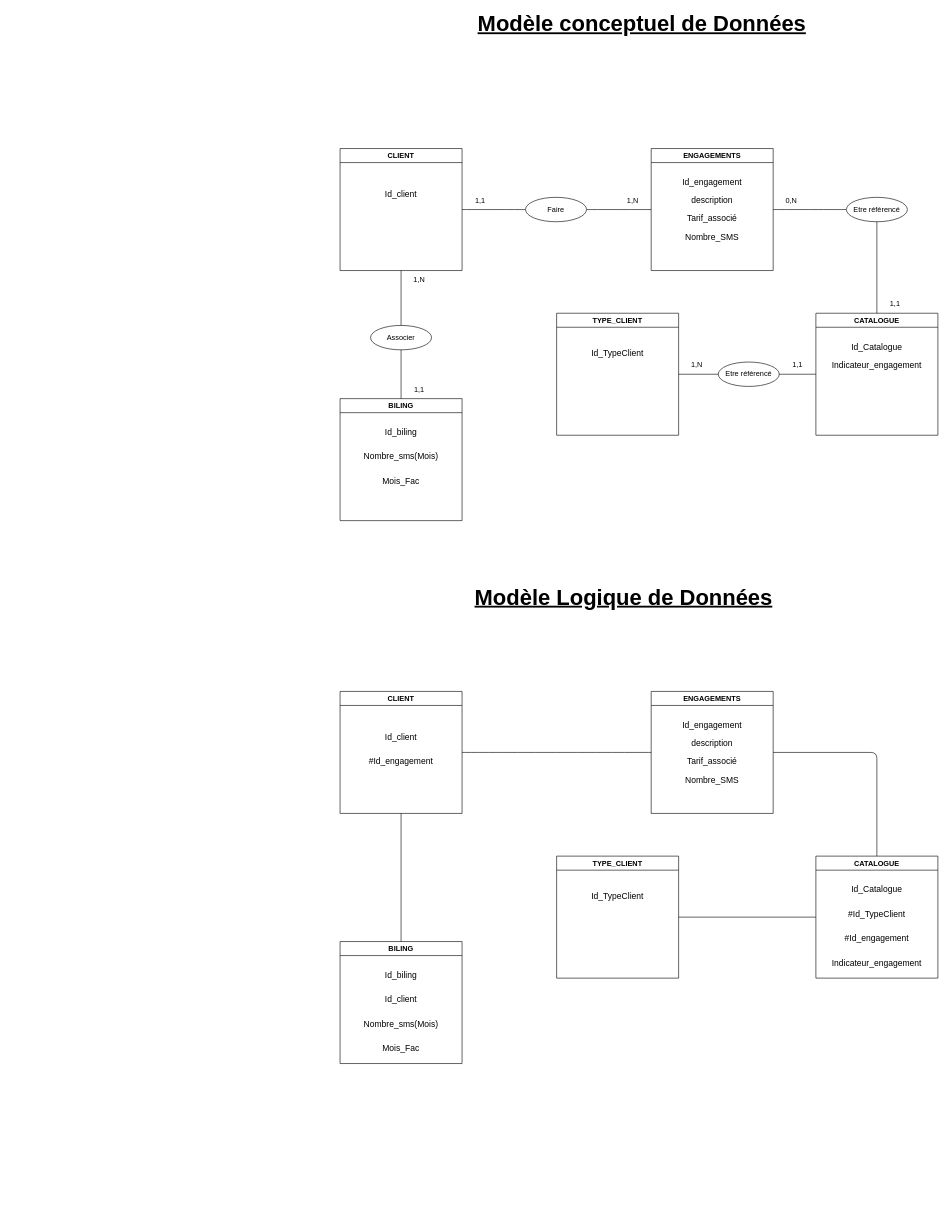
This is modelisation.drawio from morantaDev/portail_Sonatel, a draw.io file, before an edit. Source tidied: cells renumbered, new cells numbered last; positions are measured from the earlier drawing's top-left corner, leaving out a move shared by most shapes. Both pictures are drawn from the tidied source at 61%, with x=0, y=0 at pixel (340, 14).
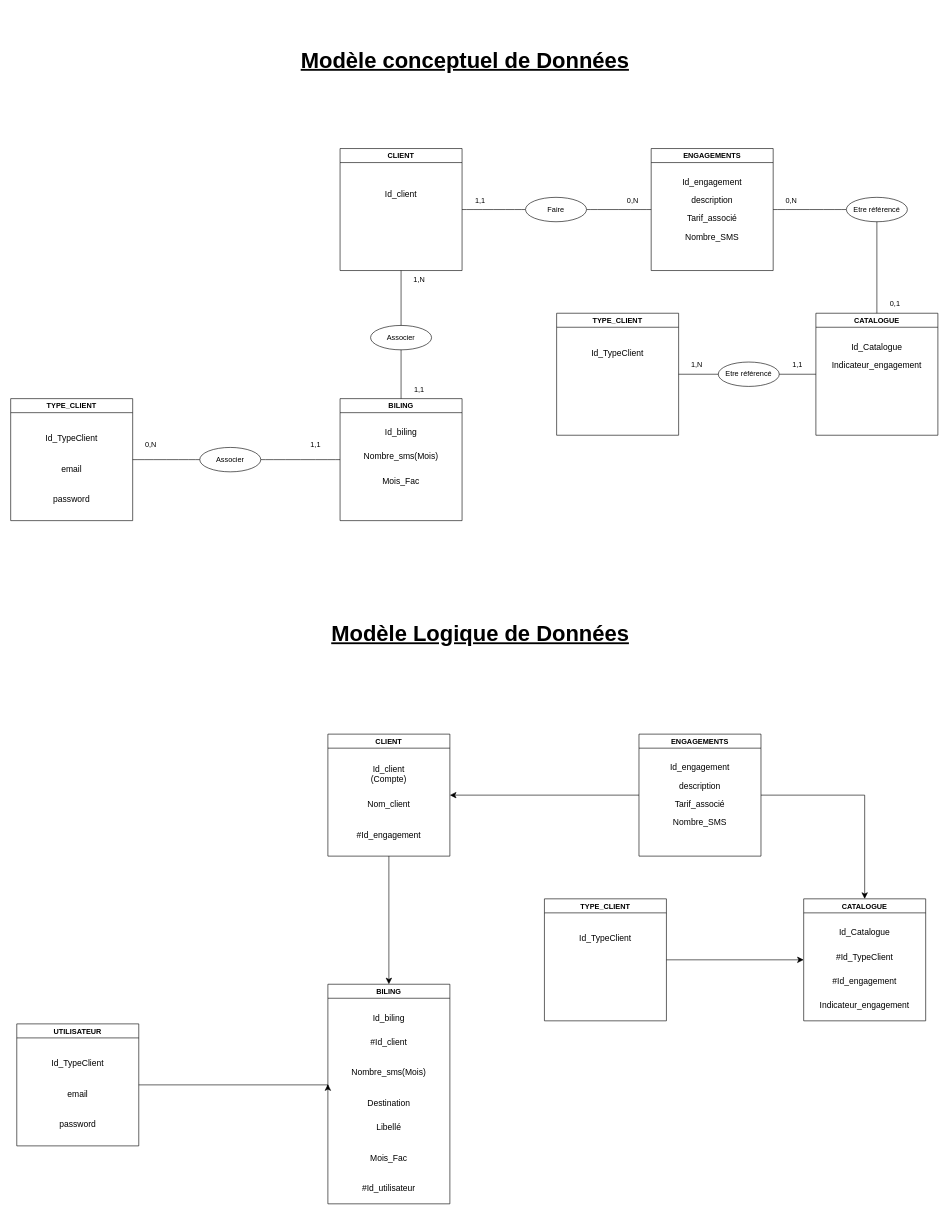
After the change.

Unchanged cells that the change refers to:
```xml
<mxCell id="29" value="BILING" style="swimlane;startSize=23;" parent="1" vertex="1">
  <mxGeometry y="630" width="200" height="200" as="geometry" />
</mxCell>
```

The edit, as a diff of the source:
```diff
@@
-    <mxCell id="13" value="1,N" style="text;html=1;strokeColor=none;fillColor=none;align=center;verticalAlign=middle;whiteSpace=wrap;rounded=0;" parent="1" vertex="1">
+    <mxCell id="13" value="0,N" style="text;html=1;strokeColor=none;fillColor=none;align=center;verticalAlign=middle;whiteSpace=wrap;rounded=0;" parent="1" vertex="1">
       <mxGeometry x="450" y="290" width="60" height="30" as="geometry" />
     </mxCell>
@@
-    <mxCell id="20" value="1,1" style="text;html=1;strokeColor=none;fillColor=none;align=center;verticalAlign=middle;whiteSpace=wrap;rounded=0;" parent="1" vertex="1">
+    <mxCell id="20" value="0,1" style="text;html=1;strokeColor=none;fillColor=none;align=center;verticalAlign=middle;whiteSpace=wrap;rounded=0;" parent="1" vertex="1">
       <mxGeometry x="880" y="460" width="60" height="30" as="geometry" />
     </mxCell>
@@
     <mxCell id="33" value="&lt;font style=&quot;font-size: 36px;&quot;&gt;&lt;b&gt;&lt;u&gt;Modèle conceptuel de Données&lt;/u&gt;&lt;/b&gt;&lt;/font&gt;" style="text;html=1;strokeColor=none;fillColor=none;align=center;verticalAlign=middle;whiteSpace=wrap;rounded=0;" parent="1" vertex="1">
-      <mxGeometry x="220" width="550" height="30" as="geometry" />
+      <mxGeometry x="-70" y="60" width="550" height="30" as="geometry" />
     </mxCell>
@@
     <mxCell id="39" value="&lt;font style=&quot;font-size: 36px;&quot;&gt;&lt;b&gt;&lt;u&gt;Modèle Logique de Données&lt;/u&gt;&lt;/b&gt;&lt;/font&gt;" style="text;html=1;strokeColor=none;fillColor=none;align=center;verticalAlign=middle;whiteSpace=wrap;rounded=0;" parent="1" vertex="1">
-      <mxGeometry x="190" y="940" width="550" height="30" as="geometry" />
+      <mxGeometry x="-45" y="1000" width="550" height="30" as="geometry" />
     </mxCell>
     <mxCell id="40" value="CLIENT" style="swimlane;startSize=23;" parent="1" vertex="1">
-      <mxGeometry y="1110" width="200" height="200" as="geometry" />
+      <mxGeometry x="-20" y="1180" width="200" height="200" as="geometry" />
     </mxCell>
+    <mxCell id="42" value="&lt;font style=&quot;font-size: 14px;&quot;&gt;#Id_engagement&lt;/font&gt;" style="text;html=1;strokeColor=none;fillColor=none;align=center;verticalAlign=middle;whiteSpace=wrap;rounded=0;" parent="40" vertex="1">
+      <mxGeometry x="70" y="150" width="60" height="30" as="geometry" />
+    </mxCell>
+    <mxCell id="64" value="&lt;span style=&quot;font-size: 14px;&quot;&gt;Nom_client&lt;/span&gt;" style="text;html=1;strokeColor=none;fillColor=none;align=center;verticalAlign=middle;whiteSpace=wrap;rounded=0;" parent="40" vertex="1">
+      <mxGeometry x="70" y="100" width="60" height="30" as="geometry" />
+    </mxCell>
-    <mxCell id="41" value="&lt;font style=&quot;font-size: 14px;&quot;&gt;Id_client&lt;/font&gt;" style="text;html=1;strokeColor=none;fillColor=none;align=center;verticalAlign=middle;whiteSpace=wrap;rounded=0;" parent="40" vertex="1">
-      <mxGeometry x="70" y="60" width="60" height="30" as="geometry" />
+    <mxCell id="41" value="&lt;font style=&quot;font-size: 14px;&quot;&gt;Id_client (Compte)&lt;/font&gt;" style="text;html=1;strokeColor=none;fillColor=none;align=center;verticalAlign=middle;whiteSpace=wrap;rounded=0;" parent="40" vertex="1">
+      <mxGeometry x="70" y="50" width="60" height="30" as="geometry" />
     </mxCell>
-    <mxCell id="42" value="&lt;font style=&quot;font-size: 14px;&quot;&gt;#Id_engagement&lt;/font&gt;" style="text;html=1;strokeColor=none;fillColor=none;align=center;verticalAlign=middle;whiteSpace=wrap;rounded=0;" parent="40" vertex="1">
-      <mxGeometry x="70" y="100" width="60" height="30" as="geometry" />
-    </mxCell>
     <mxCell id="43" value="ENGAGEMENTS" style="swimlane;startSize=23;" parent="1" vertex="1">
-      <mxGeometry x="510" y="1110" width="200" height="200" as="geometry" />
+      <mxGeometry x="490" y="1180" width="200" height="200" as="geometry" />
     </mxCell>
@@
-    <mxCell id="48" style="edgeStyle=entityRelationEdgeStyle;html=1;startArrow=none;endArrow=none;segment=10;curved=1;sourcePerimeterSpacing=0;targetPerimeterSpacing=0;exitX=1;exitY=0.5;exitDx=0;exitDy=0;entryX=0;entryY=0.5;entryDx=0;entryDy=0;" parent="1" edge="1" source="40" target="43">
-      <mxGeometry relative="1" as="geometry" />
-    </mxCell>
     <mxCell id="49" value="CATALOGUE" style="swimlane;startSize=23;" parent="1" vertex="1">
-      <mxGeometry x="780" y="1380" width="200" height="200" as="geometry" />
+      <mxGeometry x="760" y="1450" width="200" height="200" as="geometry" />
     </mxCell>
@@
     <mxCell id="54" value="TYPE_CLIENT" style="swimlane;startSize=23;" parent="1" vertex="1">
-      <mxGeometry x="355" y="1380" width="200" height="200" as="geometry" />
+      <mxGeometry x="335" y="1450" width="200" height="200" as="geometry" />
     </mxCell>
@@
-    <mxCell id="56" style="endArrow=none;html=1;entryX=1;entryY=0.5;entryDx=0;entryDy=0;" parent="1" edge="1" target="54">
-      <mxGeometry relative="1" as="geometry">
-        <mxPoint x="780" y="1480" as="sourcePoint" />
-      </mxGeometry>
-    </mxCell>
     <mxCell id="57" value="BILING" style="swimlane;startSize=23;" parent="1" vertex="1">
-      <mxGeometry y="1520" width="200" height="200" as="geometry" />
+      <mxGeometry x="-20" y="1590" width="200" height="360" as="geometry" />
     </mxCell>
@@
     <mxCell id="59" value="&lt;font style=&quot;font-size: 14px;&quot;&gt;Nombre_sms(Mois)&lt;/font&gt;" style="text;html=1;strokeColor=none;fillColor=none;align=center;verticalAlign=middle;whiteSpace=wrap;rounded=0;" parent="57" vertex="1">
-      <mxGeometry x="70" y="120" width="60" height="30" as="geometry" />
+      <mxGeometry x="70" y="130" width="60" height="30" as="geometry" />
     </mxCell>
     <mxCell id="60" value="&lt;font style=&quot;font-size: 14px;&quot;&gt;Mois_Fac&lt;/font&gt;" style="text;html=1;strokeColor=none;fillColor=none;align=center;verticalAlign=middle;whiteSpace=wrap;rounded=0;" parent="57" vertex="1">
-      <mxGeometry x="70" y="160" width="60" height="30" as="geometry" />
+      <mxGeometry x="70" y="270" width="60" height="30" as="geometry" />
     </mxCell>
-    <mxCell id="61" value="&lt;font style=&quot;font-size: 14px;&quot;&gt;Id_client&lt;/font&gt;" style="text;html=1;strokeColor=none;fillColor=none;align=center;verticalAlign=middle;whiteSpace=wrap;rounded=0;" parent="57" vertex="1">
+    <mxCell id="61" value="&lt;font style=&quot;font-size: 14px;&quot;&gt;#Id_client&lt;/font&gt;" style="text;html=1;strokeColor=none;fillColor=none;align=center;verticalAlign=middle;whiteSpace=wrap;rounded=0;" parent="57" vertex="1">
       <mxGeometry x="70" y="80" width="60" height="30" as="geometry" />
     </mxCell>
-    <mxCell id="62" style="endArrow=none;html=1;entryX=0.5;entryY=1;entryDx=0;entryDy=0;exitX=0.5;exitY=0;exitDx=0;exitDy=0;" parent="1" edge="1" source="57" target="40">
-      <mxGeometry relative="1" as="geometry" />
-    </mxCell>
-    <mxCell id="63" style="endArrow=none;html=1;fontSize=14;entryX=1;entryY=0.5;entryDx=0;entryDy=0;exitX=0.5;exitY=0;exitDx=0;exitDy=0;" parent="1" edge="1" source="49" target="43">
-      <mxGeometry relative="1" as="geometry">
-        <Array as="points">
-          <mxPoint x="880" y="1210" />
-        </Array>
-      </mxGeometry>
-    </mxCell>
+    <mxCell id="65" value="&lt;font style=&quot;font-size: 14px;&quot;&gt;Destination&lt;/font&gt;" style="text;html=1;strokeColor=none;fillColor=none;align=center;verticalAlign=middle;whiteSpace=wrap;rounded=0;" parent="57" vertex="1">
+      <mxGeometry x="70" y="180" width="60" height="30" as="geometry" />
+    </mxCell>
+    <mxCell id="66" value="&lt;font style=&quot;font-size: 14px;&quot;&gt;Libellé&lt;/font&gt;" style="text;html=1;strokeColor=none;fillColor=none;align=center;verticalAlign=middle;whiteSpace=wrap;rounded=0;" parent="57" vertex="1">
+      <mxGeometry x="70" y="220" width="60" height="30" as="geometry" />
+    </mxCell>
+    <mxCell id="67" value="&lt;span style=&quot;font-size: 14px;&quot;&gt;#Id_utilisateur&lt;/span&gt;" style="text;html=1;strokeColor=none;fillColor=none;align=center;verticalAlign=middle;whiteSpace=wrap;rounded=0;" parent="57" vertex="1">
+      <mxGeometry x="70" y="320" width="60" height="30" as="geometry" />
+    </mxCell>
+    <mxCell id="68" value="UTILISATEUR" style="swimlane;startSize=23;" parent="1" vertex="1">
+      <mxGeometry x="-530" y="1655" width="200" height="200" as="geometry" />
+    </mxCell>
+    <mxCell id="69" value="&lt;font style=&quot;font-size: 14px;&quot;&gt;Id_TypeClient&lt;/font&gt;" style="text;html=1;strokeColor=none;fillColor=none;align=center;verticalAlign=middle;whiteSpace=wrap;rounded=0;" parent="68" vertex="1">
+      <mxGeometry x="70" y="50" width="60" height="30" as="geometry" />
+    </mxCell>
+    <mxCell id="70" value="&lt;font style=&quot;font-size: 14px;&quot;&gt;email&lt;/font&gt;" style="text;html=1;strokeColor=none;fillColor=none;align=center;verticalAlign=middle;whiteSpace=wrap;rounded=0;" parent="68" vertex="1">
+      <mxGeometry x="70" y="100" width="60" height="30" as="geometry" />
+    </mxCell>
+    <mxCell id="71" value="&lt;span style=&quot;font-size: 14px;&quot;&gt;password&lt;/span&gt;" style="text;html=1;strokeColor=none;fillColor=none;align=center;verticalAlign=middle;whiteSpace=wrap;rounded=0;" parent="68" vertex="1">
+      <mxGeometry x="70" y="150" width="60" height="30" as="geometry" />
+    </mxCell>
+    <mxCell id="72" style="edgeStyle=segmentEdgeStyle;endArrow=classic;html=1;curved=0;rounded=0;endSize=8;startSize=8;entryX=0.5;entryY=0;entryDx=0;entryDy=0;exitX=1;exitY=0.5;exitDx=0;exitDy=0;" parent="1" edge="1" source="43" target="49">
+      <mxGeometry relative="1" as="geometry">
+        <Array as="points">
+          <mxPoint x="860" y="1280" />
+        </Array>
+      </mxGeometry>
+    </mxCell>
+    <mxCell id="73" style="edgeStyle=segmentEdgeStyle;endArrow=classic;html=1;curved=0;rounded=0;endSize=8;startSize=8;entryX=1;entryY=0.5;entryDx=0;entryDy=0;exitX=0;exitY=0.5;exitDx=0;exitDy=0;" parent="1" edge="1" source="43" target="40">
+      <mxGeometry relative="1" as="geometry" />
+    </mxCell>
+    <mxCell id="74" style="edgeStyle=segmentEdgeStyle;endArrow=classic;html=1;curved=0;rounded=0;endSize=8;startSize=8;entryX=0;entryY=0.5;entryDx=0;entryDy=0;exitX=1;exitY=0.5;exitDx=0;exitDy=0;" parent="1" edge="1" source="54" target="49">
+      <mxGeometry relative="1" as="geometry" />
+    </mxCell>
+    <mxCell id="75" style="edgeStyle=segmentEdgeStyle;endArrow=classic;html=1;curved=0;rounded=0;endSize=8;startSize=8;entryX=0.5;entryY=0;entryDx=0;entryDy=0;exitX=0.5;exitY=1;exitDx=0;exitDy=0;" parent="1" edge="1" source="40" target="57">
+      <mxGeometry relative="1" as="geometry" />
+    </mxCell>
+    <mxCell id="76" value="TYPE_CLIENT" style="swimlane;startSize=23;" parent="1" vertex="1">
+      <mxGeometry x="-540" y="630" width="200" height="200" as="geometry" />
+    </mxCell>
+    <mxCell id="77" value="&lt;font style=&quot;font-size: 14px;&quot;&gt;Id_TypeClient&lt;/font&gt;" style="text;html=1;strokeColor=none;fillColor=none;align=center;verticalAlign=middle;whiteSpace=wrap;rounded=0;" parent="76" vertex="1">
+      <mxGeometry x="70" y="50" width="60" height="30" as="geometry" />
+    </mxCell>
+    <mxCell id="78" value="&lt;font style=&quot;font-size: 14px;&quot;&gt;email&lt;/font&gt;" style="text;html=1;strokeColor=none;fillColor=none;align=center;verticalAlign=middle;whiteSpace=wrap;rounded=0;" parent="76" vertex="1">
+      <mxGeometry x="70" y="100" width="60" height="30" as="geometry" />
+    </mxCell>
+    <mxCell id="79" value="&lt;span style=&quot;font-size: 14px;&quot;&gt;password&lt;/span&gt;" style="text;html=1;strokeColor=none;fillColor=none;align=center;verticalAlign=middle;whiteSpace=wrap;rounded=0;" parent="76" vertex="1">
+      <mxGeometry x="70" y="150" width="60" height="30" as="geometry" />
+    </mxCell>
+    <mxCell id="80" style="edgeStyle=entityRelationEdgeStyle;html=1;startArrow=none;endArrow=none;segment=10;curved=1;sourcePerimeterSpacing=0;targetPerimeterSpacing=0;exitX=1;exitY=0.5;exitDx=0;exitDy=0;entryX=0;entryY=0.5;entryDx=0;entryDy=0;" parent="1" edge="1" source="82" target="29">
+      <mxGeometry relative="1" as="geometry" />
+    </mxCell>
+    <mxCell id="81" style="edgeStyle=entityRelationEdgeStyle;html=1;startArrow=none;endArrow=none;segment=10;curved=1;sourcePerimeterSpacing=0;targetPerimeterSpacing=0;exitX=0;exitY=0.5;exitDx=0;exitDy=0;entryX=1;entryY=0.5;entryDx=0;entryDy=0;" parent="1" edge="1" source="82" target="76">
+      <mxGeometry relative="1" as="geometry" />
+    </mxCell>
+    <mxCell id="82" value="Associer" style="ellipse;whiteSpace=wrap;html=1;align=center;newEdgeStyle={&quot;edgeStyle&quot;:&quot;entityRelationEdgeStyle&quot;,&quot;startArrow&quot;:&quot;none&quot;,&quot;endArrow&quot;:&quot;none&quot;,&quot;segment&quot;:10,&quot;curved&quot;:1,&quot;sourcePerimeterSpacing&quot;:0,&quot;targetPerimeterSpacing&quot;:0};" parent="1" vertex="1">
+      <mxGeometry x="-230" y="710" width="100" height="40" as="geometry" />
+    </mxCell>
+    <mxCell id="83" value="1,1" style="text;html=1;strokeColor=none;fillColor=none;align=center;verticalAlign=middle;whiteSpace=wrap;rounded=0;" parent="1" vertex="1">
+      <mxGeometry x="-70" y="690" width="60" height="30" as="geometry" />
+    </mxCell>
+    <mxCell id="84" value="0,N" style="text;html=1;strokeColor=none;fillColor=none;align=center;verticalAlign=middle;whiteSpace=wrap;rounded=0;" parent="1" vertex="1">
+      <mxGeometry x="-340" y="690" width="60" height="30" as="geometry" />
+    </mxCell>
+    <mxCell id="85" style="edgeStyle=segmentEdgeStyle;endArrow=classic;html=1;curved=0;rounded=0;endSize=8;startSize=8;entryX=0;entryY=0.5;entryDx=0;entryDy=0;exitX=1;exitY=0.5;exitDx=0;exitDy=0;" parent="1" edge="1" source="68">
+      <mxGeometry relative="1" as="geometry">
+        <mxPoint x="-20" y="1754" as="targetPoint" />
+      </mxGeometry>
+    </mxCell>
```
